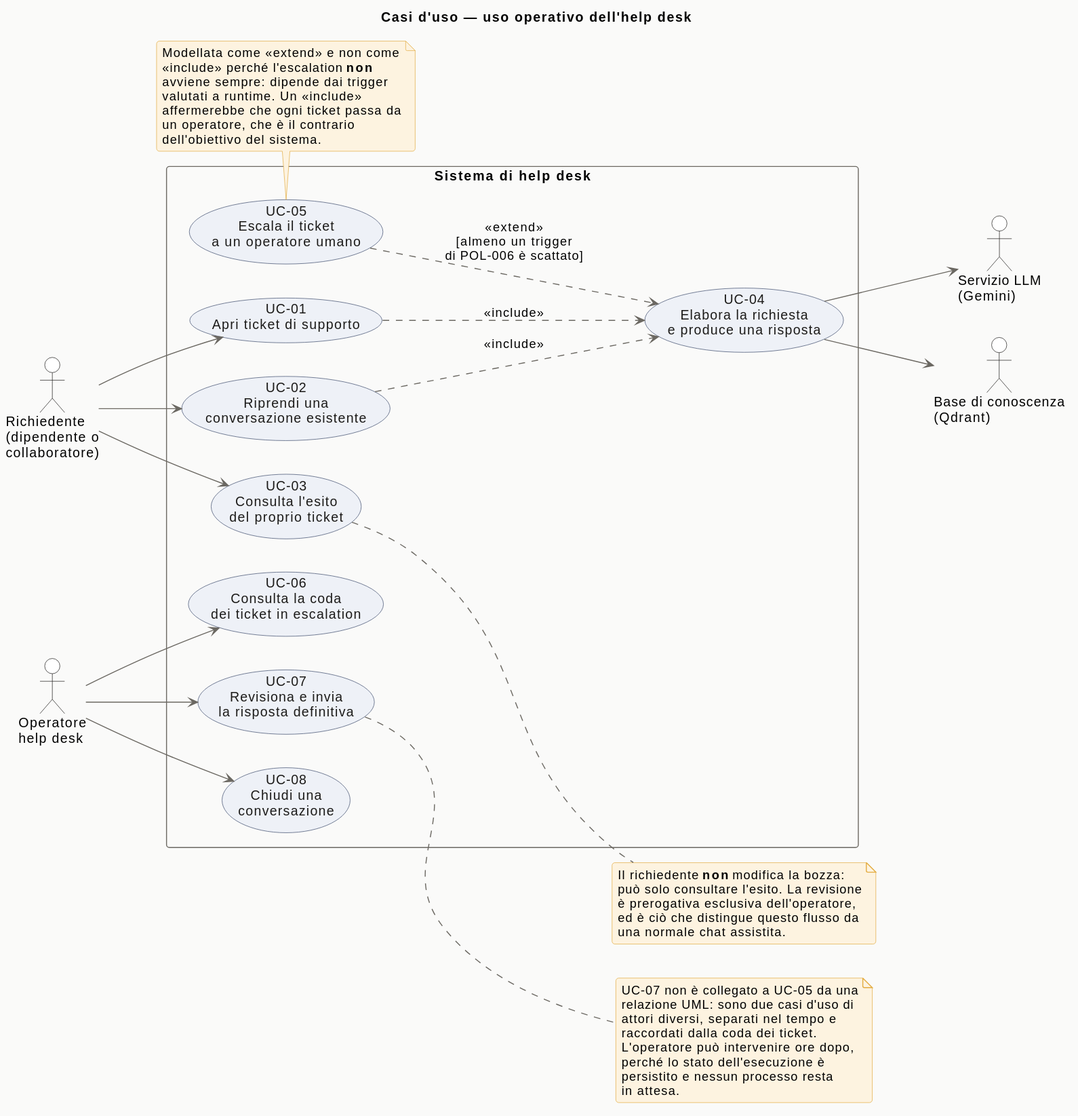
Before: docs/diagrams/use_cases_operativi.svg, a diagram exported from PlantUML (0xSt/Help-Desk-agent). Its diagram source:
```plantuml
@startuml

title Casi d'uso — uso operativo dell'help desk

left to right direction

skinparam backgroundColor #FAFAF9
skinparam roundCorner 6
skinparam shadowing false

skinparam usecase {
  BorderColor #3B4A6B
  BackgroundColor #EEF1F7
  FontColor #1C1B19
  ArrowColor #6B6862
}
skinparam actor {
  BorderColor #1C1B19
  BackgroundColor #FFFFFF
}
skinparam rectangle {
  BorderColor #6B6862
  FontStyle bold
}
skinparam note {
  BackgroundColor #FDF3E0
  BorderColor #E3AB3F
}

actor "Richiedente\n(dipendente o\ncollaboratore)" as User
actor "Operatore\nhelp desk" as Agent

rectangle "Sistema di help desk" {

  usecase "UC-01\nApri ticket di supporto" as UC01
  usecase "UC-02\nRiprendi una\nconversazione esistente" as UC02
  usecase "UC-03\nConsulta l'esito\ndel proprio ticket" as UC03

  usecase "UC-04\nElabora la richiesta\ne produce una risposta" as UC04
  usecase "UC-05\nEscala il ticket\na un operatore umano" as UC05

  usecase "UC-06\nConsulta la coda\ndei ticket in escalation" as UC06
  usecase "UC-07\nRevisiona e invia\nla risposta definitiva" as UC07
  usecase "UC-08\nChiudi una\nconversazione" as UC08
}

actor "Servizio LLM\n(Gemini)" as LLM
actor "Base di conoscenza\n(Qdrant)" as KB

User --> UC01
User --> UC02
User --> UC03

UC01 ..> UC04 : <<include>>
UC02 ..> UC04 : <<include>>

UC05 ..> UC04 : <<extend>>\n[almeno un trigger\ndi POL-006 è scattato]

Agent --> UC06
Agent --> UC07
Agent --> UC08

UC04 --> LLM
UC04 --> KB

note bottom of UC05
  Modellata come <<extend>> e non come
  <<include>> perché l'escalation **non**
  avviene sempre: dipende dai trigger
  valutati a runtime. Un <<include>>
  affermerebbe che ogni ticket passa da
  un operatore, che è il contrario
  dell'obiettivo del sistema.
end note

note right of UC07
  UC-07 non è collegato a UC-05 da una
  relazione UML: sono due casi d'uso di
  attori diversi, separati nel tempo e
  raccordati dalla coda dei ticket.
  L'operatore può intervenire ore dopo,
  perché lo stato dell'esecuzione è
  persistito e nessun processo resta
  in attesa.
end note

note right of UC03
  Il richiedente **non** modifica la bozza:
  può solo consultare l'esito. La revisione
  è prerogativa esclusiva dell'operatore,
  ed è ciò che distingue questo flusso da
  una normale chat assistita.
end note
@enduml
```
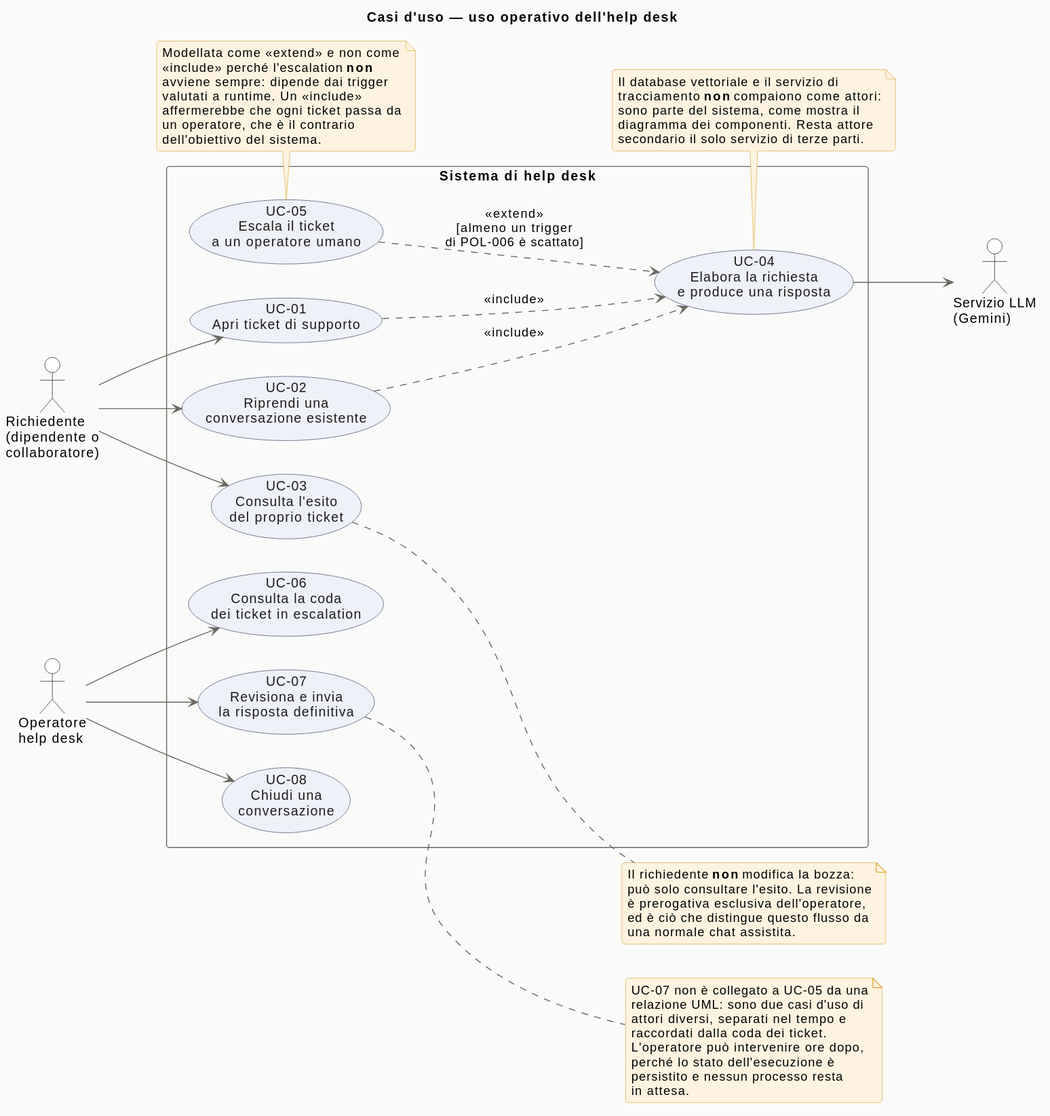
The same file after the commit.

The edit, as a diff of the source:
```diff
@@ -45,7 +45,6 @@
 }
 
 actor "Servizio LLM\n(Gemini)" as LLM
-actor "Base di conoscenza\n(Qdrant)" as KB
 
 User --> UC01
 User --> UC02
@@ -61,7 +60,6 @@
 Agent --> UC08
 
 UC04 --> LLM
-UC04 --> KB
 
 note bottom of UC05
   Modellata come <<extend>> e non come
@@ -84,6 +82,14 @@
   in attesa.
 end note
 
+note bottom of UC04
+  Il database vettoriale e il servizio di
+  tracciamento **non** compaiono come attori:
+  sono parte del sistema, come mostra il
+  diagramma dei componenti. Resta attore
+  secondario il solo servizio di terze parti.
+end note
+
 note right of UC03
   Il richiedente **non** modifica la bozza:
   può solo consultare l'esito. La revisione
```
